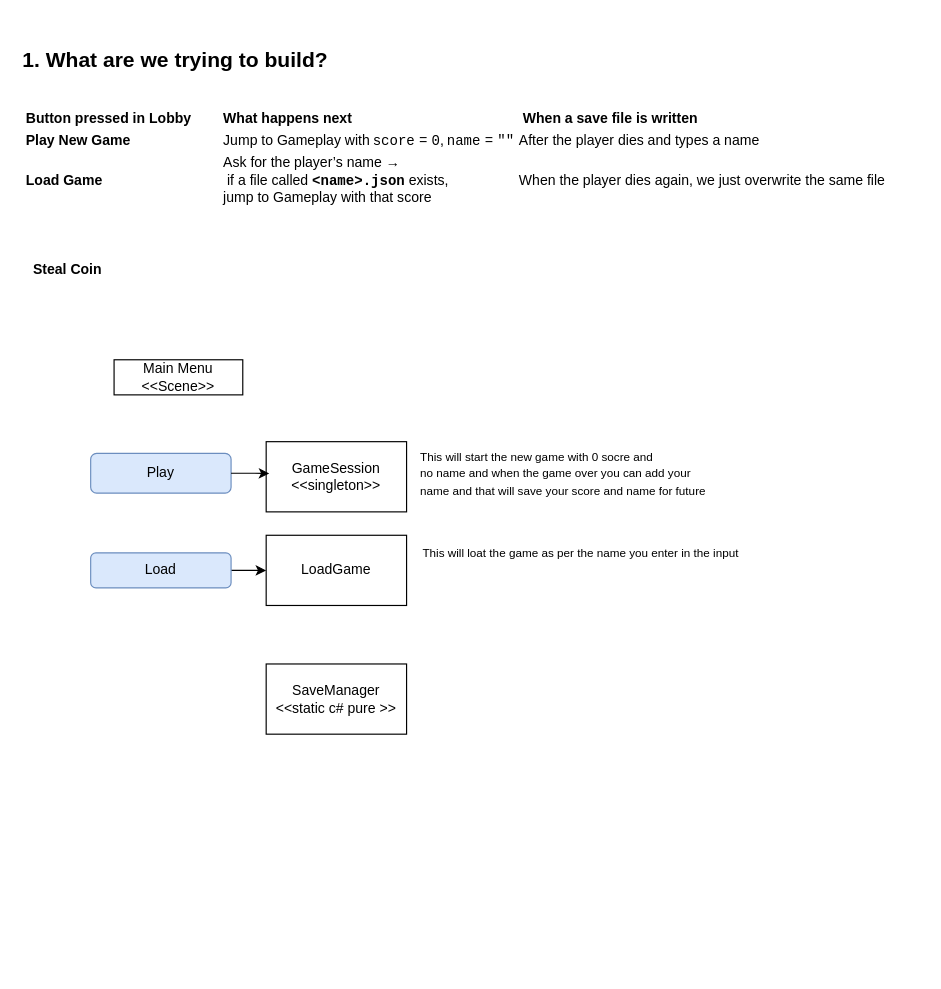
This is User flow and UML/Save and load(Stead Coins) UML.drawio from Bhusan1225/Json_StealCoin, a draw.io file, before an edit. Source tidied: cells renumbered, new cells numbered last; positions are measured from the earlier drawing's top-left corner, leaving out a move shared by most shapes. Both pictures are drawn from the tidied source at 117%, with x=0, y=0 at pixel (20, 20).
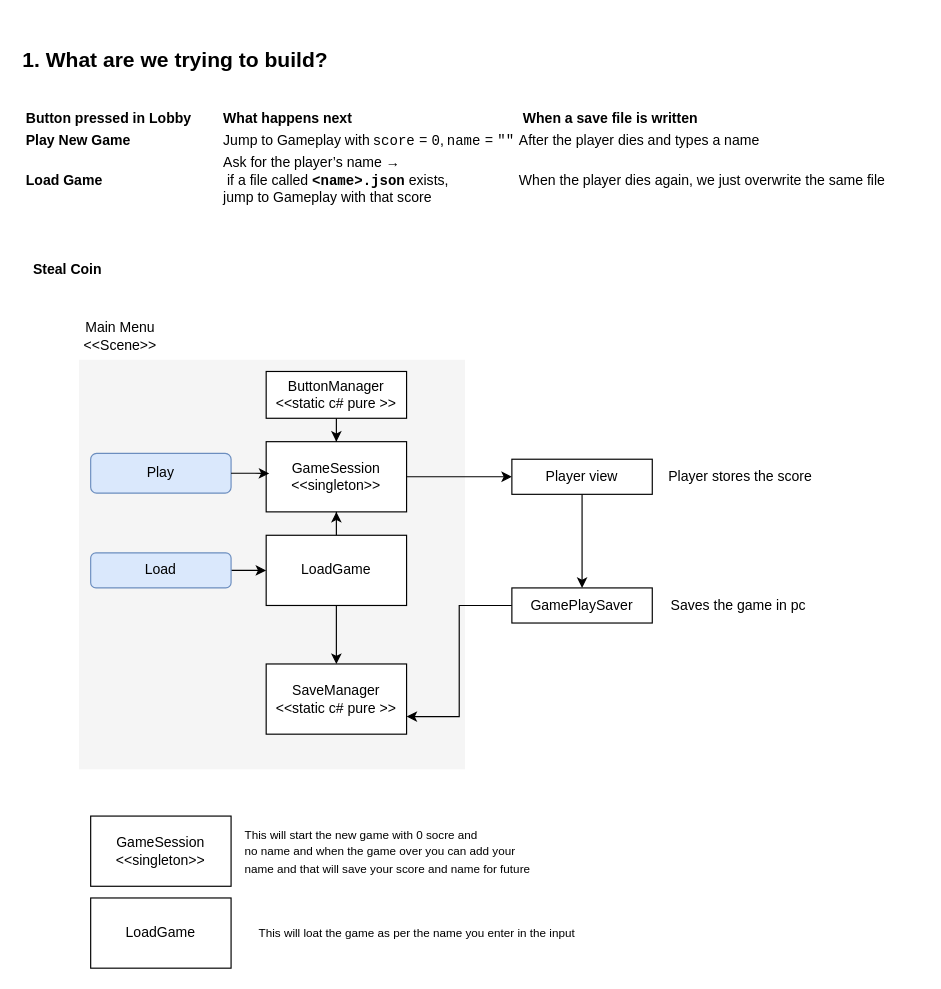
After the change.

The change refers to these unchanged cells:
```xml
<mxCell id="5" value="GameSession&lt;div&gt;&amp;lt;&amp;lt;singleton&amp;gt;&amp;gt;&lt;/div&gt;" style="rounded=0;whiteSpace=wrap;html=1;" parent="1" vertex="1">
  <mxGeometry x="210" y="360" width="120" height="60" as="geometry" />
</mxCell>
<mxCell id="6" value="LoadGame" style="rounded=0;whiteSpace=wrap;html=1;" parent="1" vertex="1">
  <mxGeometry x="210" y="440" width="120" height="60" as="geometry" />
</mxCell>
<mxCell id="13" value="SaveManager&lt;div&gt;&amp;lt;&amp;lt;static c# pure &amp;gt;&amp;gt;&lt;/div&gt;" style="rounded=0;whiteSpace=wrap;html=1;" parent="1" vertex="1">
  <mxGeometry x="210" y="550" width="120" height="60" as="geometry" />
</mxCell>
```

What changed in the source:
```diff
@@
-    <mxCell id="4" value="Main Menu&lt;div&gt;&amp;lt;&amp;lt;Scene&amp;gt;&amp;gt;&lt;/div&gt;" style="html=1;whiteSpace=wrap;" parent="1" vertex="1">
-      <mxGeometry x="80" y="290" width="110" height="30" as="geometry" />
+    <mxCell id="4" style="html=1;whiteSpace=wrap;align=left;fillColor=#f5f5f5;fontColor=#333333;strokeColor=none;" parent="1" vertex="1">
+      <mxGeometry x="50" y="290" width="330" height="350" as="geometry" />
     </mxCell>
+    <mxCell id="14" style="edgeStyle=orthogonalEdgeStyle;rounded=0;jettySize=auto;html=1;" parent="1" edge="1" source="5" target="23">
+      <mxGeometry relative="1" as="geometry" />
+    </mxCell>
@@
+    <mxCell id="15" style="edgeStyle=orthogonalEdgeStyle;rounded=0;jettySize=auto;html=1;entryX=0.5;entryY=1;entryDx=0;entryDy=0;" parent="1" edge="1" source="6" target="5">
+      <mxGeometry relative="1" as="geometry" />
+    </mxCell>
+    <mxCell id="16" style="edgeStyle=orthogonalEdgeStyle;rounded=0;jettySize=auto;html=1;" parent="1" edge="1" source="6" target="13">
+      <mxGeometry relative="1" as="geometry" />
+    </mxCell>
@@
     <mxCell id="11" value="&lt;font style=&quot;font-size: 10px;&quot;&gt;This will start the new game with 0 socre and&amp;nbsp;&amp;nbsp;&lt;/font&gt;&lt;div&gt;&lt;font style=&quot;font-size: 10px;&quot;&gt;no name and when the game over you can add your&amp;nbsp;&lt;/font&gt;&lt;div&gt;&lt;font style=&quot;font-size: 10px;&quot;&gt;name and that will save your score and name for future&lt;/font&gt;&lt;/div&gt;&lt;/div&gt;" style="text;html=1;align=left;verticalAlign=middle;strokeColor=none;fillColor=none;" parent="1" vertex="1">
-      <mxGeometry x="340" y="357" width="270" height="60" as="geometry" />
+      <mxGeometry x="190" y="680" width="270" height="60" as="geometry" />
     </mxCell>
     <mxCell id="12" value="&lt;font style=&quot;font-size: 10px;&quot;&gt;This will loat the game as per the name you enter in the input&amp;nbsp;&lt;/font&gt;" style="text;html=1;align=center;verticalAlign=middle;strokeColor=none;fillColor=none;" parent="1" vertex="1">
-      <mxGeometry x="330" y="440" width="300" height="30" as="geometry" />
+      <mxGeometry x="190" y="765" width="300" height="30" as="geometry" />
     </mxCell>
@@
+    <mxCell id="17" value="&lt;span style=&quot;text-align: left; text-wrap-mode: wrap;&quot;&gt;Main Menu&lt;/span&gt;&lt;div style=&quot;text-align: left; text-wrap-mode: wrap;&quot;&gt;&amp;lt;&amp;lt;Scene&amp;gt;&amp;gt;&lt;/div&gt;" style="text;html=1;align=center;verticalAlign=middle;strokeColor=none;fillColor=none;" parent="1" vertex="1">
+      <mxGeometry x="40" y="250" width="90" height="40" as="geometry" />
+    </mxCell>
+    <mxCell id="18" style="edgeStyle=orthogonalEdgeStyle;rounded=0;jettySize=auto;html=1;entryX=0.5;entryY=0;entryDx=0;entryDy=0;" parent="1" edge="1" source="19" target="5">
+      <mxGeometry relative="1" as="geometry" />
+    </mxCell>
+    <mxCell id="19" value="ButtonManager&lt;div&gt;&amp;lt;&amp;lt;static c# pure &amp;gt;&amp;gt;&lt;/div&gt;" style="rounded=0;whiteSpace=wrap;html=1;" parent="1" vertex="1">
+      <mxGeometry x="210" y="300" width="120" height="40" as="geometry" />
+    </mxCell>
+    <mxCell id="20" value="GameSession&lt;div&gt;&amp;lt;&amp;lt;singleton&amp;gt;&amp;gt;&lt;/div&gt;" style="rounded=0;whiteSpace=wrap;html=1;" parent="1" vertex="1">
+      <mxGeometry x="60" y="680" width="120" height="60" as="geometry" />
+    </mxCell>
+    <mxCell id="21" value="LoadGame" style="rounded=0;whiteSpace=wrap;html=1;" parent="1" vertex="1">
+      <mxGeometry x="60" y="750" width="120" height="60" as="geometry" />
+    </mxCell>
+    <mxCell id="22" style="edgeStyle=orthogonalEdgeStyle;rounded=0;jettySize=auto;html=1;entryX=0.5;entryY=0;entryDx=0;entryDy=0;" parent="1" edge="1" source="23" target="26">
+      <mxGeometry relative="1" as="geometry" />
+    </mxCell>
+    <mxCell id="23" value="Player view" style="rounded=0;whiteSpace=wrap;html=1;" parent="1" vertex="1">
+      <mxGeometry x="420" y="375" width="120" height="30" as="geometry" />
+    </mxCell>
+    <mxCell id="24" value="Player stores the score" style="text;html=1;align=center;verticalAlign=middle;strokeColor=none;fillColor=none;" parent="1" vertex="1">
+      <mxGeometry x="540" y="375" width="150" height="30" as="geometry" />
+    </mxCell>
+    <mxCell id="25" style="edgeStyle=orthogonalEdgeStyle;rounded=0;jettySize=auto;html=1;entryX=1;entryY=0.75;entryDx=0;entryDy=0;" parent="1" edge="1" source="26" target="13">
+      <mxGeometry relative="1" as="geometry" />
+    </mxCell>
+    <mxCell id="26" value="GamePlaySaver" style="rounded=0;whiteSpace=wrap;html=1;" parent="1" vertex="1">
+      <mxGeometry x="420" y="485" width="120" height="30" as="geometry" />
+    </mxCell>
+    <mxCell id="27" value="Saves the game in pc&amp;nbsp;" style="text;html=1;align=center;verticalAlign=middle;strokeColor=none;fillColor=none;" parent="1" vertex="1">
+      <mxGeometry x="545" y="485" width="140" height="30" as="geometry" />
+    </mxCell>
```
